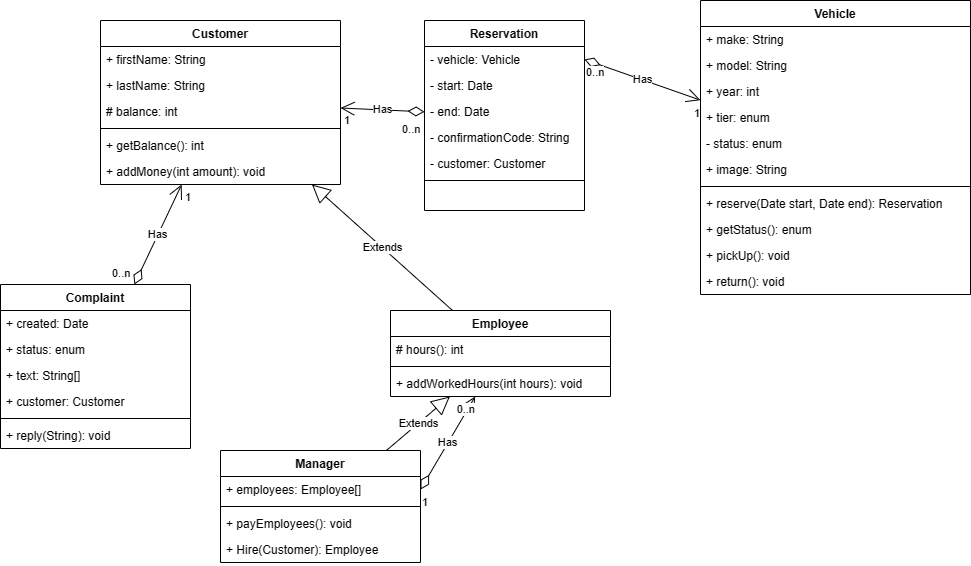
This is docs/OtherDiagrams/class_diagrams.png from masoncfrancis/CS3450-5-App, a draw.io export, as it was before one commit. Source tidied: cells renumbered, new cells last; positions are measured from the earlier drawing's top-left corner, leaving out a move shared by most shapes.
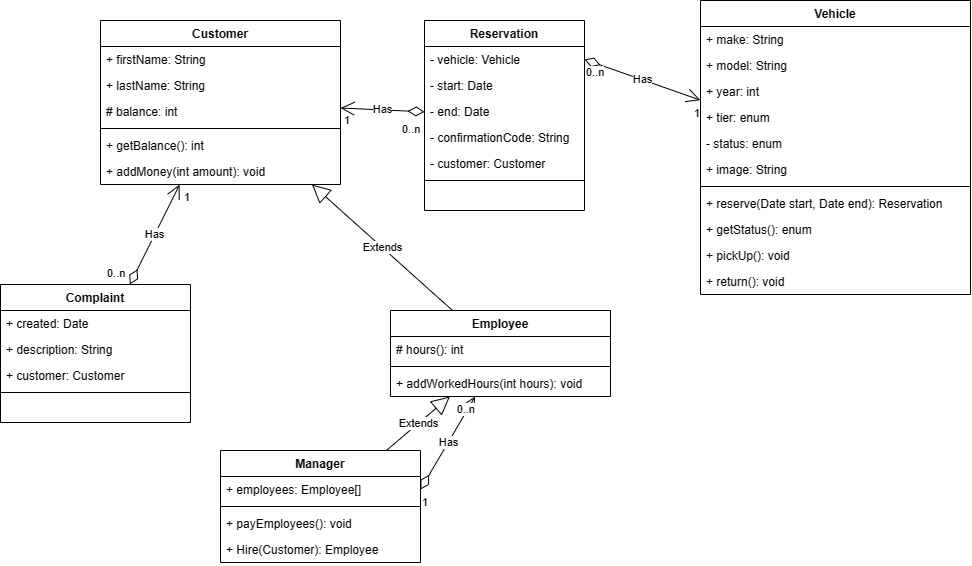
The same diagram one commit later.

Commit message:
simplified complaint model

Change to the diagram source:
```diff
@@ -148,25 +148,22 @@
       <mxGeometry x="1" relative="1" as="geometry" />
     </mxCell>
     <mxCell id="49" value="Complaint" style="swimlane;fontStyle=1;align=center;verticalAlign=top;horizontal=1;startSize=26;fontSize=12;" parent="1" vertex="1">
-      <mxGeometry y="284" width="190" height="164" as="geometry" />
+      <mxGeometry y="284" width="190" height="138" as="geometry" />
     </mxCell>
     <mxCell id="50" value="+ created: Date" style="text;strokeColor=none;fillColor=none;align=left;verticalAlign=top;spacingLeft=4;spacingRight=4;overflow=hidden;fontSize=12;" parent="49" vertex="1">
       <mxGeometry y="26" width="190" height="26" as="geometry" />
     </mxCell>
-    <mxCell id="51" value="+ status: enum" style="text;strokeColor=none;fillColor=none;align=left;verticalAlign=top;spacingLeft=4;spacingRight=4;overflow=hidden;fontSize=12;" parent="49" vertex="1">
-      <mxGeometry y="52" width="190" height="26" as="geometry" />
-    </mxCell>
-    <mxCell id="52" value="+ text: String[]" style="text;strokeColor=none;fillColor=none;align=left;verticalAlign=top;spacingLeft=4;spacingRight=4;overflow=hidden;fontSize=12;" parent="49" vertex="1">
-      <mxGeometry y="78" width="190" height="26" as="geometry" />
+    <mxCell id="52" value="+ description: String" style="text;strokeColor=none;fillColor=none;align=left;verticalAlign=top;spacingLeft=4;spacingRight=4;overflow=hidden;fontSize=12;" parent="49" vertex="1">
+      <mxGeometry y="52" width="190" height="26" as="geometry" />
     </mxCell>
     <mxCell id="53" value="+ customer: Customer" style="text;strokeColor=none;fillColor=none;align=left;verticalAlign=top;spacingLeft=4;spacingRight=4;overflow=hidden;fontSize=12;" parent="49" vertex="1">
-      <mxGeometry y="104" width="190" height="26" as="geometry" />
+      <mxGeometry y="78" width="190" height="26" as="geometry" />
     </mxCell>
     <mxCell id="54" style="line;strokeWidth=1;fillColor=none;align=left;verticalAlign=middle;spacingTop=-1;spacingLeft=3;spacingRight=3;labelPosition=right;strokeColor=inherit;fontSize=16;" parent="49" vertex="1">
-      <mxGeometry y="130" width="190" height="8" as="geometry" />
+      <mxGeometry y="104" width="190" height="8" as="geometry" />
     </mxCell>
-    <mxCell id="55" value="+ reply(String): void" style="text;strokeColor=none;fillColor=none;align=left;verticalAlign=top;spacingLeft=4;spacingRight=4;overflow=hidden;fontSize=12;" parent="49" vertex="1">
-      <mxGeometry y="138" width="190" height="26" as="geometry" />
+    <mxCell id="55" value=" " style="text;strokeColor=none;fillColor=none;align=left;verticalAlign=top;spacingLeft=4;spacingRight=4;overflow=hidden;fontSize=12;" parent="49" vertex="1">
+      <mxGeometry y="112" width="190" height="26" as="geometry" />
     </mxCell>
     <mxCell id="56" value="Has" style="endArrow=open;html=1;endSize=12;startArrow=diamondThin;startSize=14;startFill=0;rounded=0;" parent="1" edge="1" source="49" target="2">
       <mxGeometry relative="1" as="geometry" />
```
